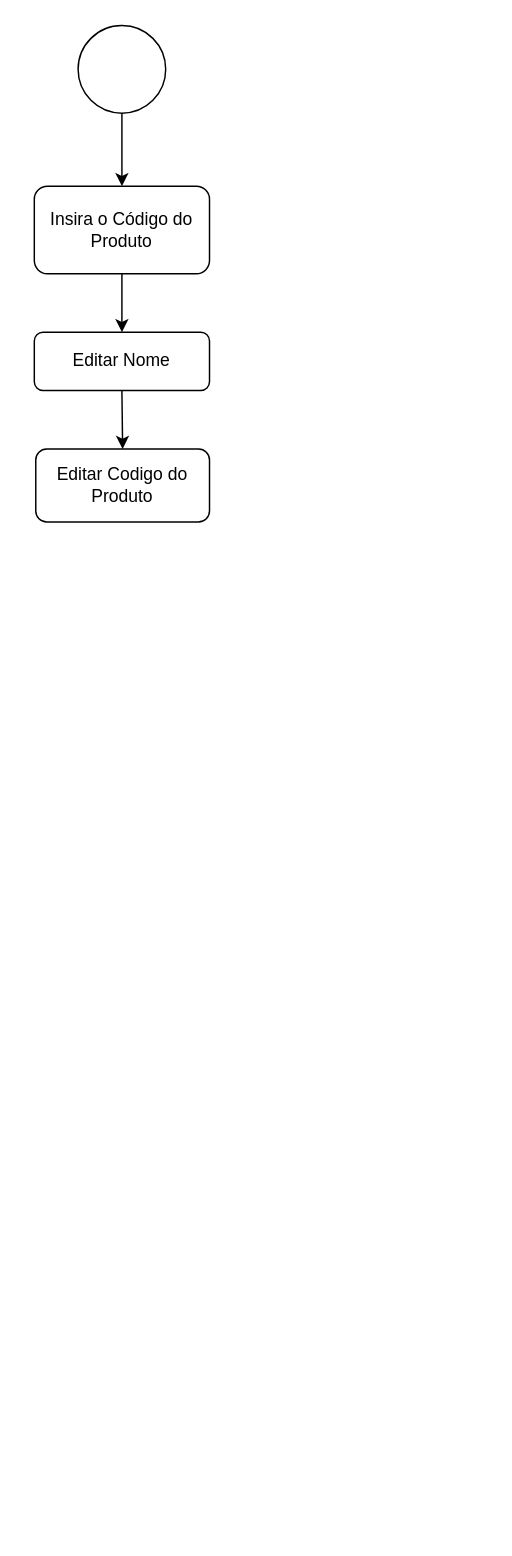
GustavoFerreira143/AtividadeSenai keeps this draw.io diagram as page "FluxoDeAtividadeEditarProduto" (7 of 8) of DiagramasPIMVII.drawio. Above is the earlier version. Source tidied: cells renumbered, new cells numbered last; positions are measured from the earlier drawing's top-left corner, leaving out a move shared by most shapes. Both pictures are drawn from the tidied source at 146%, with x=0, y=0 at pixel (34, 25).
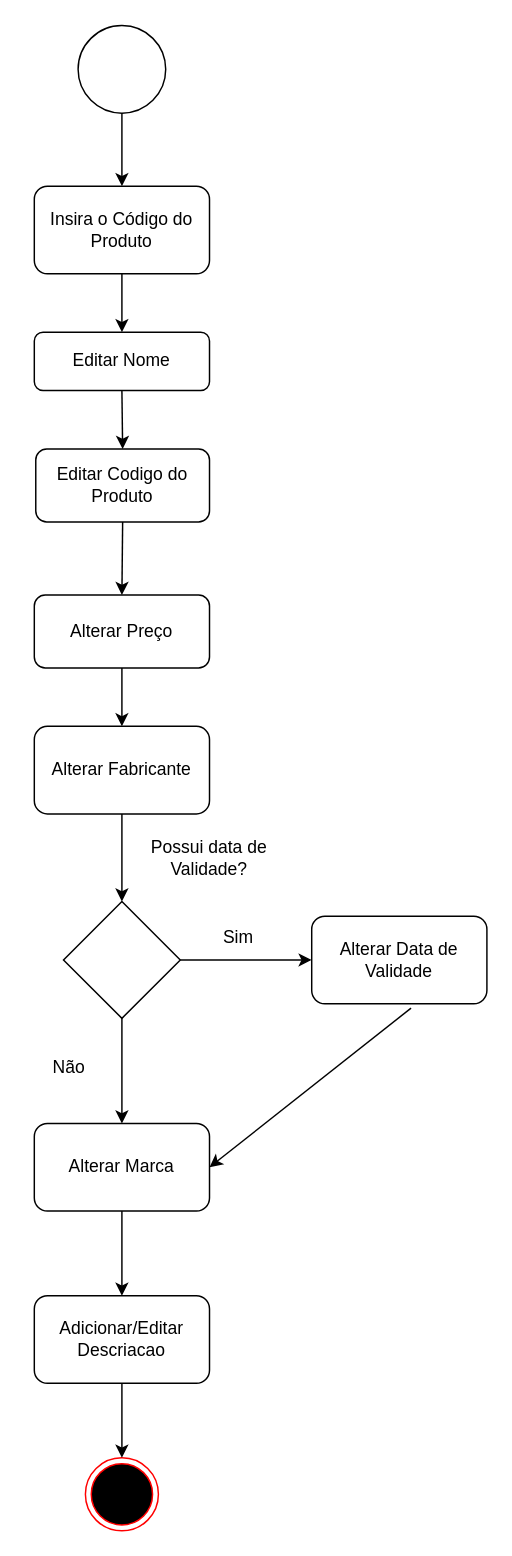
After the change.

The change refers to these unchanged cells:
```xml
<mxCell id="6" value="Editar Codigo do Produto" style="rounded=1;whiteSpace=wrap;html=1;" parent="1" vertex="1">
  <mxGeometry x="1" y="290" width="119" height="50" as="geometry" />
</mxCell>
```

The edit, as a diff of the source:
```diff
@@
+    <mxCell id="9" value="Alterar Preço" style="rounded=1;whiteSpace=wrap;html=1;" parent="1" vertex="1">
+      <mxGeometry y="390" width="120" height="50" as="geometry" />
+    </mxCell>
+    <mxCell id="10" style="endArrow=classic;html=1;rounded=0;entryX=0.5;entryY=0;entryDx=0;entryDy=0;exitX=0.5;exitY=1;exitDx=0;exitDy=0;" parent="1" edge="1" source="6" target="9">
+      <mxGeometry relative="1" as="geometry" />
+    </mxCell>
+    <mxCell id="11" value="Alterar Fabricante" style="rounded=1;whiteSpace=wrap;html=1;" parent="1" vertex="1">
+      <mxGeometry y="480" width="120" height="60" as="geometry" />
+    </mxCell>
+    <mxCell id="12" style="endArrow=classic;html=1;rounded=0;entryX=0.5;entryY=0;entryDx=0;entryDy=0;exitX=0.5;exitY=1;exitDx=0;exitDy=0;" parent="1" edge="1" source="9" target="11">
+      <mxGeometry relative="1" as="geometry" />
+    </mxCell>
+    <mxCell id="13" value="Alterar Data de Validade" style="rounded=1;whiteSpace=wrap;html=1;" parent="1" vertex="1">
+      <mxGeometry x="190" y="610" width="120" height="60" as="geometry" />
+    </mxCell>
+    <mxCell id="14" style="rhombus;whiteSpace=wrap;html=1;" parent="1" vertex="1">
+      <mxGeometry x="20" y="600" width="80" height="80" as="geometry" />
+    </mxCell>
+    <mxCell id="15" style="endArrow=classic;html=1;rounded=0;entryX=0.5;entryY=0;entryDx=0;entryDy=0;exitX=0.5;exitY=1;exitDx=0;exitDy=0;" parent="1" edge="1" source="11" target="14">
+      <mxGeometry relative="1" as="geometry" />
+    </mxCell>
+    <mxCell id="16" value="Possui data de Validade?" style="text;html=1;align=center;verticalAlign=middle;whiteSpace=wrap;rounded=0;" parent="1" vertex="1">
+      <mxGeometry x="70" y="554.5" width="100" height="30" as="geometry" />
+    </mxCell>
+    <mxCell id="17" value="Alterar Marca" style="rounded=1;whiteSpace=wrap;html=1;" parent="1" vertex="1">
+      <mxGeometry y="752" width="120" height="60" as="geometry" />
+    </mxCell>
+    <mxCell id="18" style="endArrow=classic;html=1;rounded=0;entryX=0;entryY=0.5;entryDx=0;entryDy=0;" parent="1" edge="1" target="13">
+      <mxGeometry relative="1" as="geometry">
+        <mxPoint x="100" y="640" as="sourcePoint" />
+      </mxGeometry>
+    </mxCell>
+    <mxCell id="19" value="Sim" style="text;html=1;align=center;verticalAlign=middle;whiteSpace=wrap;rounded=0;" parent="1" vertex="1">
+      <mxGeometry x="110" y="610" width="60" height="30" as="geometry" />
+    </mxCell>
+    <mxCell id="20" value="Não" style="text;html=1;align=center;verticalAlign=middle;whiteSpace=wrap;rounded=0;" parent="1" vertex="1">
+      <mxGeometry x="-6" y="699" width="60" height="30" as="geometry" />
+    </mxCell>
+    <mxCell id="21" style="endArrow=classic;html=1;rounded=0;entryX=0.5;entryY=0;entryDx=0;entryDy=0;exitX=0.5;exitY=1;exitDx=0;exitDy=0;" parent="1" edge="1" source="14" target="17">
+      <mxGeometry relative="1" as="geometry" />
+    </mxCell>
+    <mxCell id="22" value="Adicionar/Editar Descriacao" style="rounded=1;whiteSpace=wrap;html=1;" parent="1" vertex="1">
+      <mxGeometry y="870" width="120" height="60" as="geometry" />
+    </mxCell>
+    <mxCell id="23" style="endArrow=classic;html=1;rounded=0;entryX=0.5;entryY=0;entryDx=0;entryDy=0;exitX=0.5;exitY=1;exitDx=0;exitDy=0;" parent="1" edge="1" source="17" target="22">
+      <mxGeometry relative="1" as="geometry" />
+    </mxCell>
+    <mxCell id="24" style="ellipse;html=1;shape=endState;fillColor=#000000;strokeColor=#ff0000;" parent="1" vertex="1">
+      <mxGeometry x="35" y="981" width="50" height="50" as="geometry" />
+    </mxCell>
+    <mxCell id="25" style="endArrow=classic;html=1;rounded=0;entryX=0.5;entryY=0;entryDx=0;entryDy=0;exitX=0.5;exitY=1;exitDx=0;exitDy=0;" parent="1" edge="1" source="22" target="24">
+      <mxGeometry relative="1" as="geometry" />
+    </mxCell>
+    <mxCell id="26" style="endArrow=classic;html=1;rounded=0;exitX=0.567;exitY=1.05;exitDx=0;exitDy=0;exitPerimeter=0;entryX=1;entryY=0.5;entryDx=0;entryDy=0;" parent="1" edge="1" source="13" target="17">
+      <mxGeometry relative="1" as="geometry" />
+    </mxCell>
```
